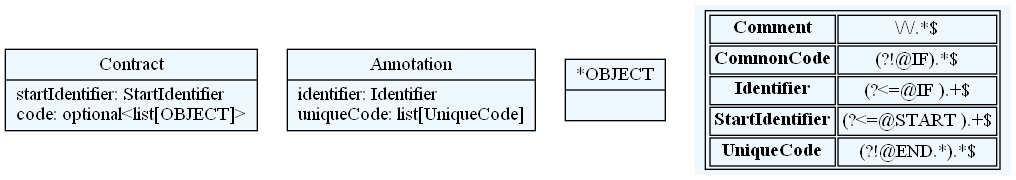
stefsche/cross-platformify keeps this Graphviz diagram as resources/grammar.dot.png. Above is the earlier version. Its source is kept beside it as resources/grammar.dot. The source it was exported from:
```dot
    digraph textX {
    fontname = "Bitstream Vera Sans"
    fontsize = 8
    node[
        shape=record,
        style=filled,
        fillcolor=aliceblue
    ]
    nodesep = 0.3
    edge[dir=black,arrowtail=empty]


2732669181472[ label="{Contract|startIdentifier: StartIdentifier\lcode: optional\<list[OBJECT]\>\l}"]

2732669173920[ label="{Annotation|identifier: Identifier\luniqueCode: list[UniqueCode]\l}"]



2732669176752[ label="{*OBJECT|}"]

match_rules [ shape=plaintext, label=< <table>
	<tr>
		<td><b>Comment</b></td><td>\/\/.*$</td>
	</tr>
	<tr>
		<td><b>CommonCode</b></td><td>(?!@IF).*$</td>
	</tr>
	<tr>
		<td><b>Identifier</b></td><td>(?&lt;=@IF ).+$</td>
	</tr>
	<tr>
		<td><b>StartIdentifier</b></td><td>(?&lt;=@START ).+$</td>
	</tr>
	<tr>
		<td><b>UniqueCode</b></td><td>(?!@END.*).*$</td>
	</tr>
</table> >]


}
```
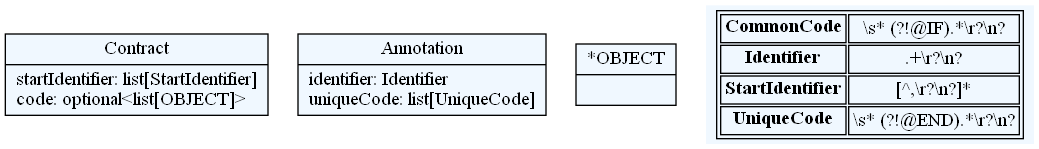
The same diagram one commit later.

Diff of the diagram source:
```diff
@@ -10,29 +10,26 @@
     edge[dir=black,arrowtail=empty]
 
 
-2732669181472[ label="{Contract|startIdentifier: StartIdentifier\lcode: optional\<list[OBJECT]\>\l}"]
+1735875889152[ label="{Contract|startIdentifier: list[StartIdentifier]\lcode: optional\<list[OBJECT]\>\l}"]
 
-2732669173920[ label="{Annotation|identifier: Identifier\luniqueCode: list[UniqueCode]\l}"]
+1735875893872[ label="{Annotation|identifier: Identifier\luniqueCode: list[UniqueCode]\l}"]
 
 
 
-2732669176752[ label="{*OBJECT|}"]
+1735875916528[ label="{*OBJECT|}"]
 
 match_rules [ shape=plaintext, label=< <table>
 	<tr>
-		<td><b>Comment</b></td><td>\/\/.*$</td>
+		<td><b>CommonCode</b></td><td>\s* (?!@IF).*\r?\n?</td>
 	</tr>
 	<tr>
-		<td><b>CommonCode</b></td><td>(?!@IF).*$</td>
+		<td><b>Identifier</b></td><td>.+\r?\n?</td>
 	</tr>
 	<tr>
-		<td><b>Identifier</b></td><td>(?&lt;=@IF ).+$</td>
+		<td><b>StartIdentifier</b></td><td>[^,\r?\n?]*</td>
 	</tr>
 	<tr>
-		<td><b>StartIdentifier</b></td><td>(?&lt;=@START ).+$</td>
-	</tr>
-	<tr>
-		<td><b>UniqueCode</b></td><td>(?!@END.*).*$</td>
+		<td><b>UniqueCode</b></td><td>\s* (?!@END).*\r?\n?</td>
 	</tr>
 </table> >]
 
```
